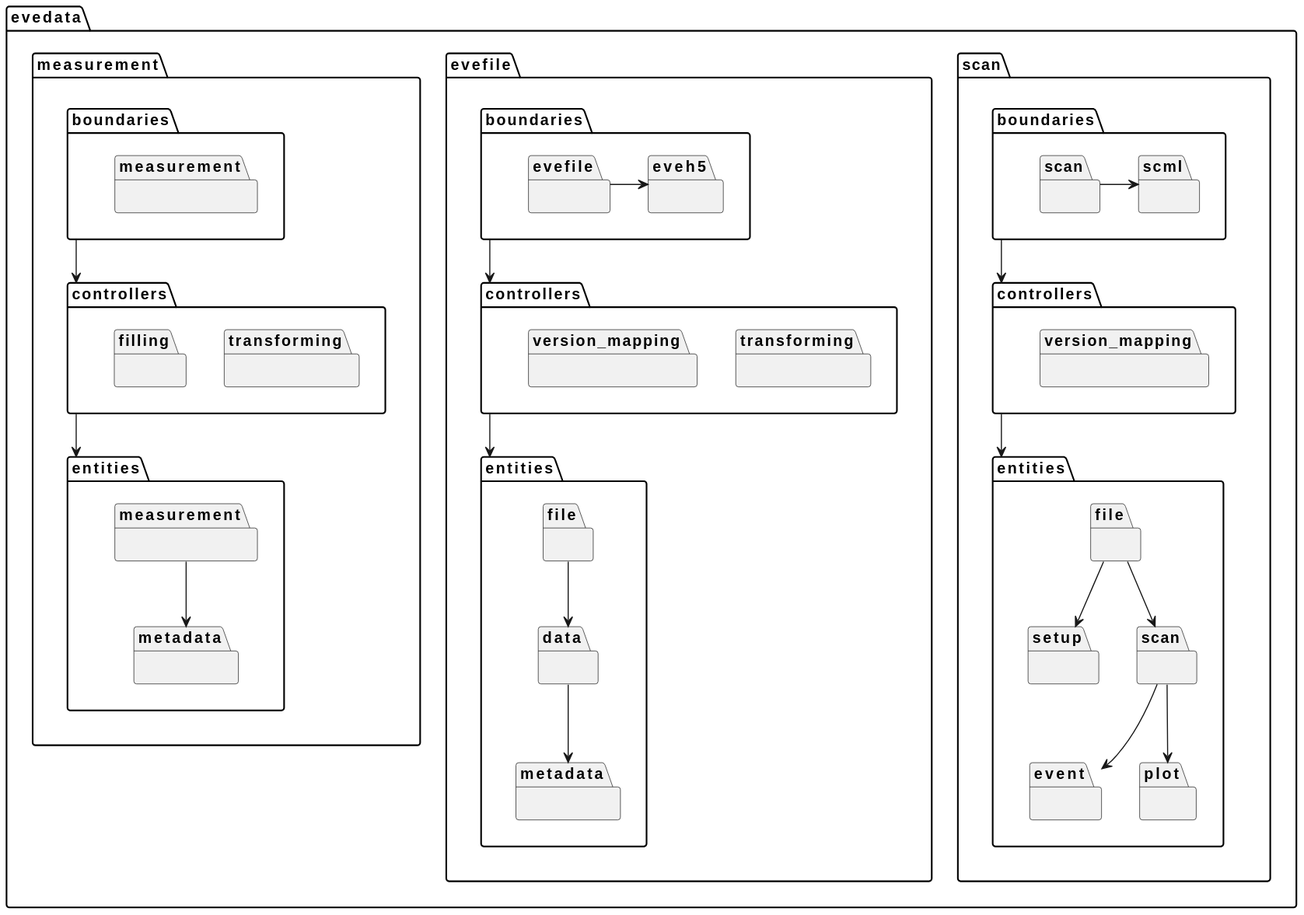
The PlantUML diagram docs/uml/evedata-functional-layers.svg in tillbiskup/evedata, before a commit. The source it was exported from:
```plantuml
@startuml

package evedata {
    package evedata.scan {
        package evedata.scan.boundaries {
            package scan {}
            package scml {}
            scan -> scml
        }
        package evedata.scan.controllers {
            package version_mapping {}
        }
        package evedata.scan.entities {
            package file {
            }
            package setup {
            }
            package scan {
            }
            package event {
            }
            package plot {
            }

            file -down-> setup
            file -down-> scan
            scan -down-> event
            scan -down-> plot
        }
        evedata.scan.boundaries --> evedata.scan.controllers
        evedata.scan.controllers --> evedata.scan.entities
    }

    package evedata.evefile {
        package evedata.evefile.boundaries {
            package evefile {}
            package eveh5 {}
            evefile -> eveh5
        }
        package evedata.evefile.controllers {
            package transforming {}
            package version_mapping {}
        }
        package evedata.evefile.entities {
            package evedata.evefile.entities.file {
            }
            package evedata.evefile.entities.data {
            }
            package evedata.evefile.entities.metadata {
            }
            file -down-> data
            data -down-> metadata

        }
        evedata.evefile.boundaries --> evedata.evefile.controllers
        evedata.evefile.controllers --> evedata.evefile.entities
    }

    package evedata.measurement {
        package evedata.measurement.boundaries {
            package measurement {}
        }
        package evedata.measurement.controllers {
            package transforming {}
            package filling {}
        }
        package evedata.measurement.entities {
            package measurement {}
            package metadata {}
            measurement -down-> metadata
        }

        evedata.measurement.boundaries --> evedata.measurement.controllers
        evedata.measurement.controllers --> evedata.measurement.entities
    }
}
@enduml
```
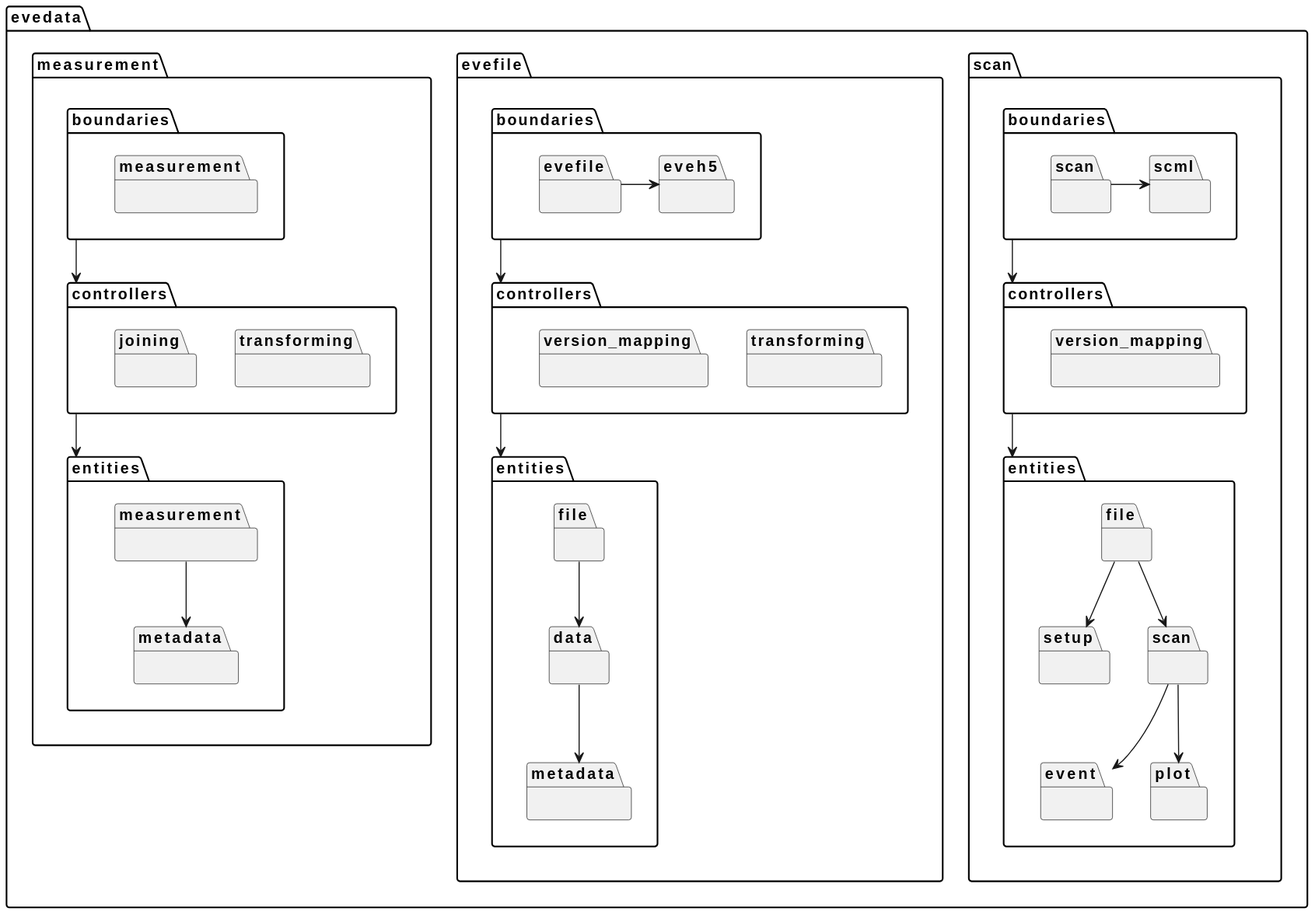
Above is the later version.

Change to the diagram source:
```diff
@@ -62,7 +62,7 @@
         }
         package evedata.measurement.controllers {
             package transforming {}
-            package filling {}
+            package joining {}
         }
         package evedata.measurement.entities {
             package measurement {}
```
